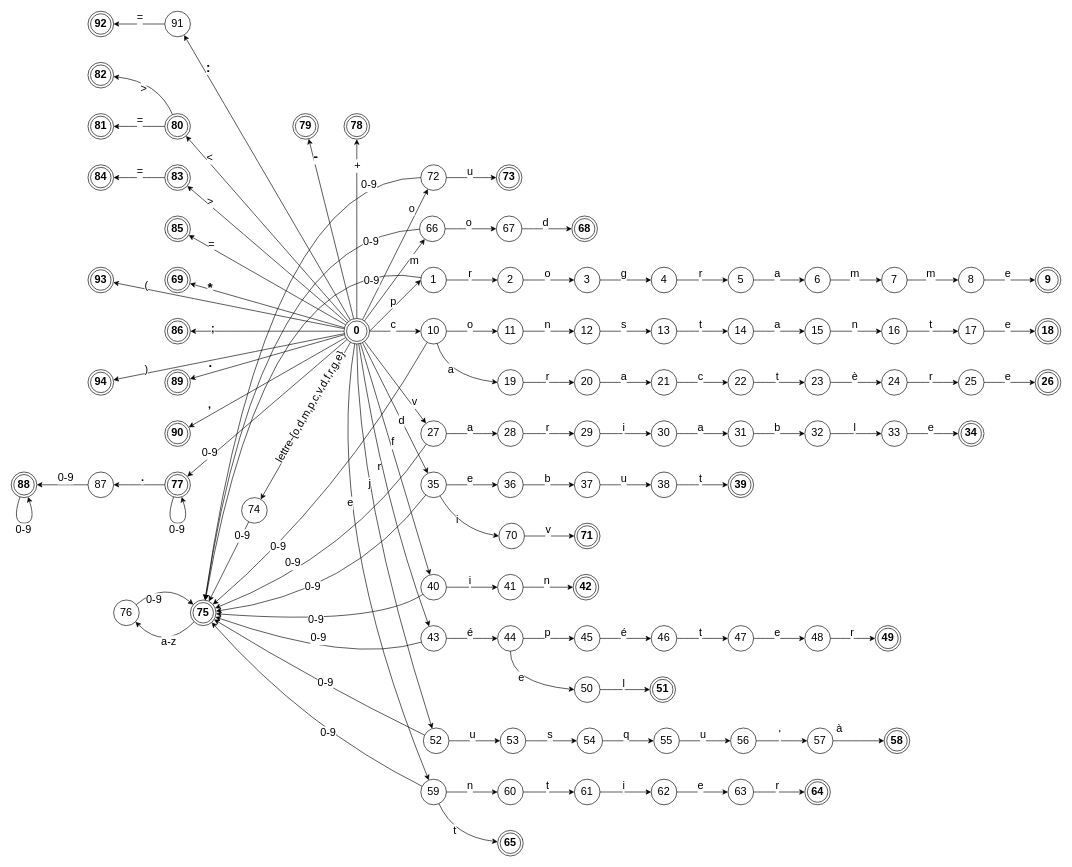
Above: src/diagrams/automate.drawio in B-AJ-Amar/AlgoLang-Compiler (draw.io), before the change. Source tidied: cells renumbered, new cells numbered last; positions are measured from the earlier drawing's top-left corner, leaving out a move shared by most shapes. Both pictures are drawn from the tidied source at 64%, with x=0, y=0 at pixel (11, 11).
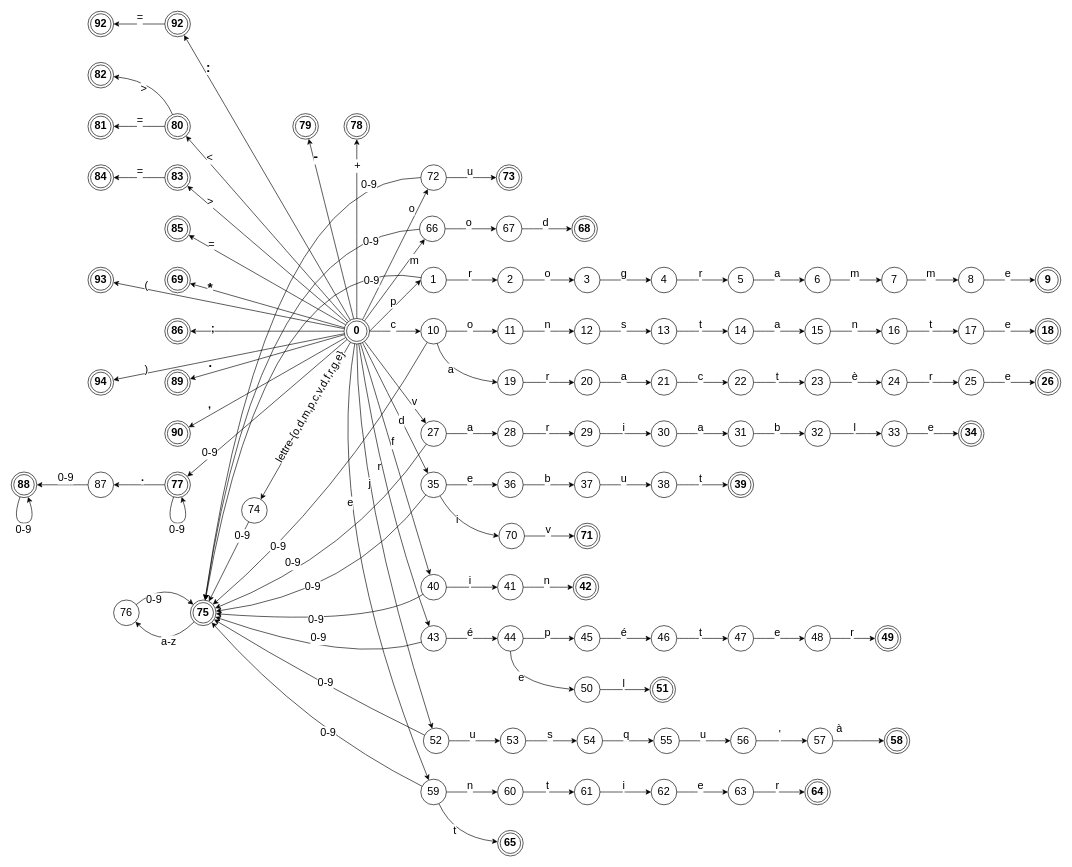
After the change.

Commit message (it also covers changes not shown here):
add syntaxic analyzer

The change refers to these unchanged cells:
```xml
<mxCell id="2" value="&lt;b&gt;0&lt;/b&gt;" style="ellipse;shape=doubleEllipse;whiteSpace=wrap;html=1;fontSize=17;" parent="1" vertex="1">
  <mxGeometry x="520" y="480" width="40" height="40" as="geometry" />
</mxCell>
<mxCell id="300" value="92" style="ellipse;shape=doubleEllipse;whiteSpace=wrap;html=1;fontStyle=1;fontSize=17;" parent="1" vertex="1">
  <mxGeometry x="120" width="40" height="40" as="geometry" />
</mxCell>
```

What changed in the source:
```diff
@@
-    <mxCell id="298" style="curved=1;endArrow=classic;html=1;rounded=0;fontSize=17;" parent="1" edge="1" source="303" target="300">
+    <mxCell id="298" style="curved=1;endArrow=classic;html=1;rounded=0;fontSize=17;" parent="1" edge="1" source="310" target="300">
       <mxGeometry relative="1" as="geometry" />
     </mxCell>
@@
-    <mxCell id="301" style="curved=1;endArrow=classic;html=1;rounded=0;fontSize=17;" parent="1" edge="1" source="2" target="303">
+    <mxCell id="301" style="curved=1;endArrow=classic;html=1;rounded=0;fontSize=17;" parent="1" edge="1" source="2" target="310">
       <mxGeometry relative="1" as="geometry" />
     </mxCell>
@@
-    <mxCell id="303" value="91" style="ellipse;whiteSpace=wrap;html=1;fontSize=17;" parent="1" vertex="1">
-      <mxGeometry x="240" width="40" height="40" as="geometry" />
-    </mxCell>
@@
+    <mxCell id="310" value="92" style="ellipse;shape=doubleEllipse;whiteSpace=wrap;html=1;fontStyle=1;fontSize=17;" parent="1" vertex="1">
+      <mxGeometry x="240" width="40" height="40" as="geometry" />
+    </mxCell>
```
